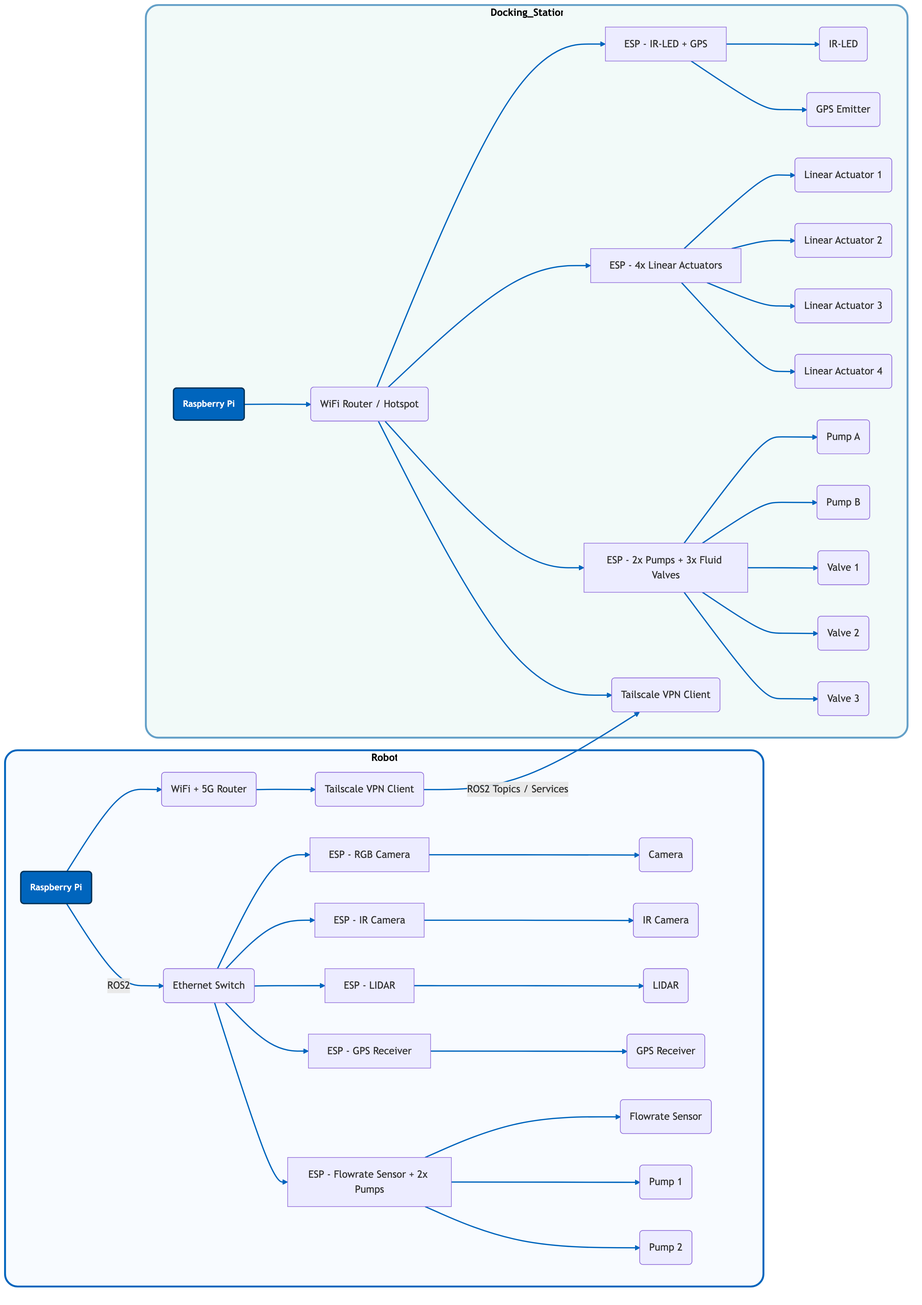
dafiiit/RobotDockingStation_MIRMI keeps this Mermaid diagram as docs/diagrams/Data_System/Network/Network.png. Above is the earlier version. Its source is kept beside it as docs/diagrams/Data_System/Network/Network.mmd. Its diagram source:
```mermaid
graph LR

  subgraph Robot
    PiR(Raspberry Pi):::tumBlue
    WiFiR(WiFi + 5G Router)
    TailscaleR(Tailscale VPN Client)
    Switch(Ethernet Switch)

    ESP_Cam[ESP - RGB Camera]
    ESP_IR[ESP - IR Camera]
    ESP_LIDAR[ESP - LIDAR]
    ESP_GPSR[ESP - GPS Receiver]
    ESP_FlowPump[ESP - Flowrate Sensor + 2x Pumps]

    Cam(Camera)
    IR(IR Camera)
    LIDAR(LIDAR)
    GPSR(GPS Receiver)
    Flow(Flowrate Sensor)
    Pump1(Pump 1)
    Pump2(Pump 2)

    PiR --> WiFiR --> TailscaleR
    PiR -->|ROS2| Switch
    Switch --> ESP_Cam
    Switch --> ESP_IR
    Switch --> ESP_LIDAR
    Switch --> ESP_GPSR
    Switch --> ESP_FlowPump

    ESP_Cam --> Cam
    ESP_IR --> IR
    ESP_LIDAR --> LIDAR
    ESP_GPSR --> GPSR
    ESP_FlowPump --> Flow
    ESP_FlowPump --> Pump1 & Pump2
  end

  subgraph Docking_Station
    PiD(Raspberry Pi):::tumBlue
    WiFiD(WiFi Router / Hotspot)
    TailscaleD(Tailscale VPN Client)

    ESP_Actuator[ESP - 4x Linear Actuators]
    ESP_Fluid[ESP - 2x Pumps + 3x Fluid Valves]
    ESP_Signal[ESP - IR-LED + GPS]

    LA1(Linear Actuator 1)
    LA2(Linear Actuator 2)
    LA3(Linear Actuator 3)
    LA4(Linear Actuator 4)

    DPump1(Pump A)
    DPump2(Pump B)
    Valve1(Valve 1)
    Valve2(Valve 2)
    Valve3(Valve 3)

    IRLED(IR-LED)
    GPS_Tx(GPS Emitter)

    PiD --> WiFiD --> ESP_Signal
    WiFiD --> ESP_Actuator
    WiFiD --> ESP_Fluid
    WiFiD --> TailscaleD

    ESP_Actuator --> LA1 & LA2 & LA3 & LA4
    ESP_Fluid --> DPump1 & DPump2 & Valve1 & Valve2 & Valve3
    ESP_Signal --> IRLED & GPS_Tx
  end

  TailscaleR -->|ROS2 Topics / Services| TailscaleD

    classDef tumBlue fill:#0065BD,stroke:#003359,stroke-width:2px,color:#ffffff,rx:12,ry:12,font-size:14px,font-weight:bold;

    classDef tumLightBlue fill:#64A0C8,stroke:#003359,stroke-width:2px,color:#ffffff,rx:12,ry:12,font-size:14px,font-weight:bold;

    classDef tumOrange fill:#E87722,stroke:#B85A1A,stroke-width:2px,color:#ffffff,rx:12,ry:12,font-size:14px,font-weight:bold;

    classDef tumGreen fill:#A2AD00,stroke:#7A8500,stroke-width:2px,color:#ffffff,rx:12,ry:12,font-size:14px,font-weight:bold;

    style Robot fill:#F8FBFF,stroke:#0065BD,stroke-width:3px,rx:20,ry:20,color:#000000,font-size:16px,font-weight:bold;

    style Docking_Station fill:#F2FAF9,stroke:#64A0C8,stroke-width:3px,rx:20,ry:20,color:#000000,font-size:16px,font-weight:bold;

    linkStyle default stroke:#0065BD,stroke-width:2px;
```
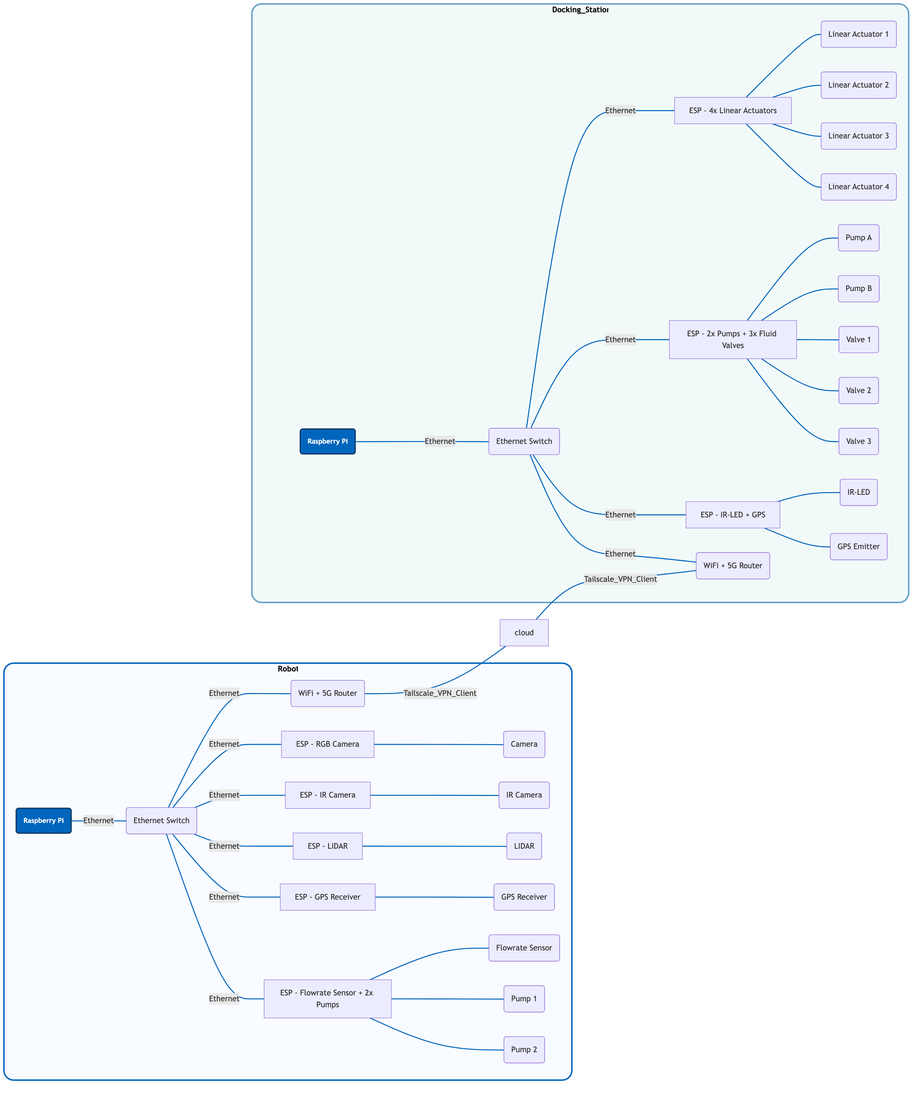
Above is the later version.

Commit message:
Network sketch updated

The edit, as a diff of the source:
```diff
@@ -3,7 +3,6 @@
   subgraph Robot
     PiR(Raspberry Pi):::tumBlue
     WiFiR(WiFi + 5G Router)
-    TailscaleR(Tailscale VPN Client)
     Switch(Ethernet Switch)
 
     ESP_Cam[ESP - RGB Camera]
@@ -20,26 +19,25 @@
     Pump1(Pump 1)
     Pump2(Pump 2)
 
-    PiR --> WiFiR --> TailscaleR
-    PiR -->|ROS2| Switch
-    Switch --> ESP_Cam
-    Switch --> ESP_IR
-    Switch --> ESP_LIDAR
-    Switch --> ESP_GPSR
-    Switch --> ESP_FlowPump
+    Switch ---|Ethernet| WiFiR
+    PiR ---|Ethernet| Switch
+    Switch ---|Ethernet| ESP_Cam
+    Switch ---|Ethernet| ESP_IR
+    Switch ---|Ethernet| ESP_LIDAR
+    Switch ---|Ethernet| ESP_GPSR
+    Switch ---|Ethernet| ESP_FlowPump
 
-    ESP_Cam --> Cam
-    ESP_IR --> IR
-    ESP_LIDAR --> LIDAR
-    ESP_GPSR --> GPSR
-    ESP_FlowPump --> Flow
-    ESP_FlowPump --> Pump1 & Pump2
+    ESP_Cam --- Cam
+    ESP_IR --- IR
+    ESP_LIDAR --- LIDAR
+    ESP_GPSR --- GPSR
+    ESP_FlowPump --- Flow
+    ESP_FlowPump --- Pump1 & Pump2
   end
 
   subgraph Docking_Station
     PiD(Raspberry Pi):::tumBlue
-    WiFiD(WiFi Router / Hotspot)
-    TailscaleD(Tailscale VPN Client)
+    SwitchDock(Ethernet Switch)
 
     ESP_Actuator[ESP - 4x Linear Actuators]
     ESP_Fluid[ESP - 2x Pumps + 3x Fluid Valves]
@@ -59,17 +57,18 @@
     IRLED(IR-LED)
     GPS_Tx(GPS Emitter)
 
-    PiD --> WiFiD --> ESP_Signal
-    WiFiD --> ESP_Actuator
-    WiFiD --> ESP_Fluid
-    WiFiD --> TailscaleD
+    PiD ---|Ethernet| SwitchDock ---|Ethernet| ESP_Signal
+    SwitchDock --- |Ethernet| ESP_Actuator
+    SwitchDock --- |Ethernet| ESP_Fluid
+    SwitchDock --- |Ethernet| WiFiD(WiFi + 5G Router)
 
-    ESP_Actuator --> LA1 & LA2 & LA3 & LA4
-    ESP_Fluid --> DPump1 & DPump2 & Valve1 & Valve2 & Valve3
-    ESP_Signal --> IRLED & GPS_Tx
+    ESP_Actuator --- LA1 & LA2 & LA3 & LA4
+    ESP_Fluid --- DPump1 & DPump2 & Valve1 & Valve2 & Valve3
+    ESP_Signal --- IRLED & GPS_Tx
   end
 
-  TailscaleR -->|ROS2 Topics / Services| TailscaleD
+  WiFiR ---|Tailscale_VPN_Client| cloud
+  cloud---|Tailscale_VPN_Client| WiFiD
 
     classDef tumBlue fill:#0065BD,stroke:#003359,stroke-width:2px,color:#ffffff,rx:12,ry:12,font-size:14px,font-weight:bold;
 
```
